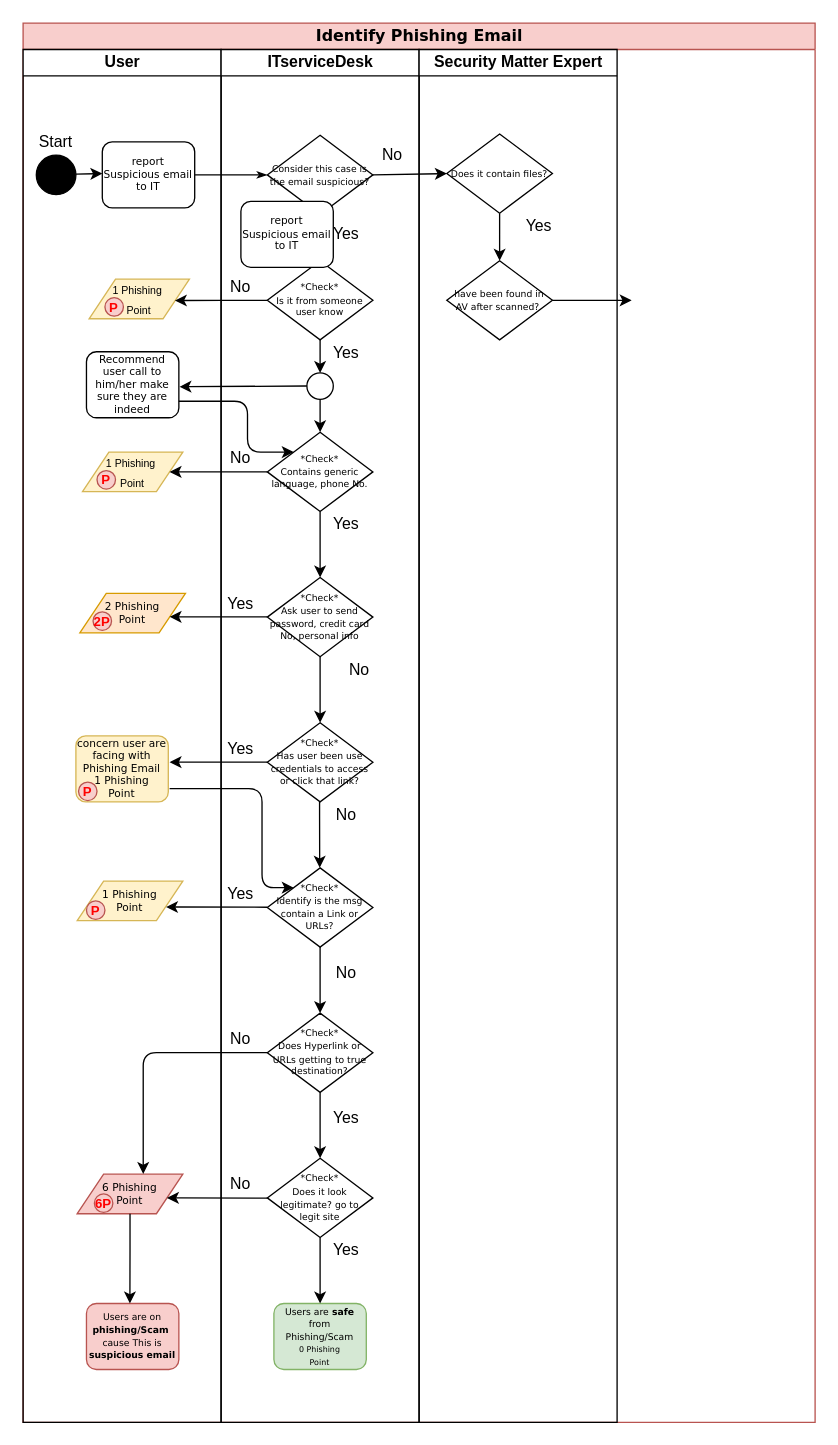
This is Untitled Diagram.drawio from psukasame/sukasamecloud, a draw.io file, before an edit. Source tidied: cells renumbered, new cells numbered last; positions are measured from the earlier drawing's top-left corner, leaving out a move shared by most shapes. Both pictures are drawn from the tidied source at 132%, with x=0, y=0 at pixel (22, 22).
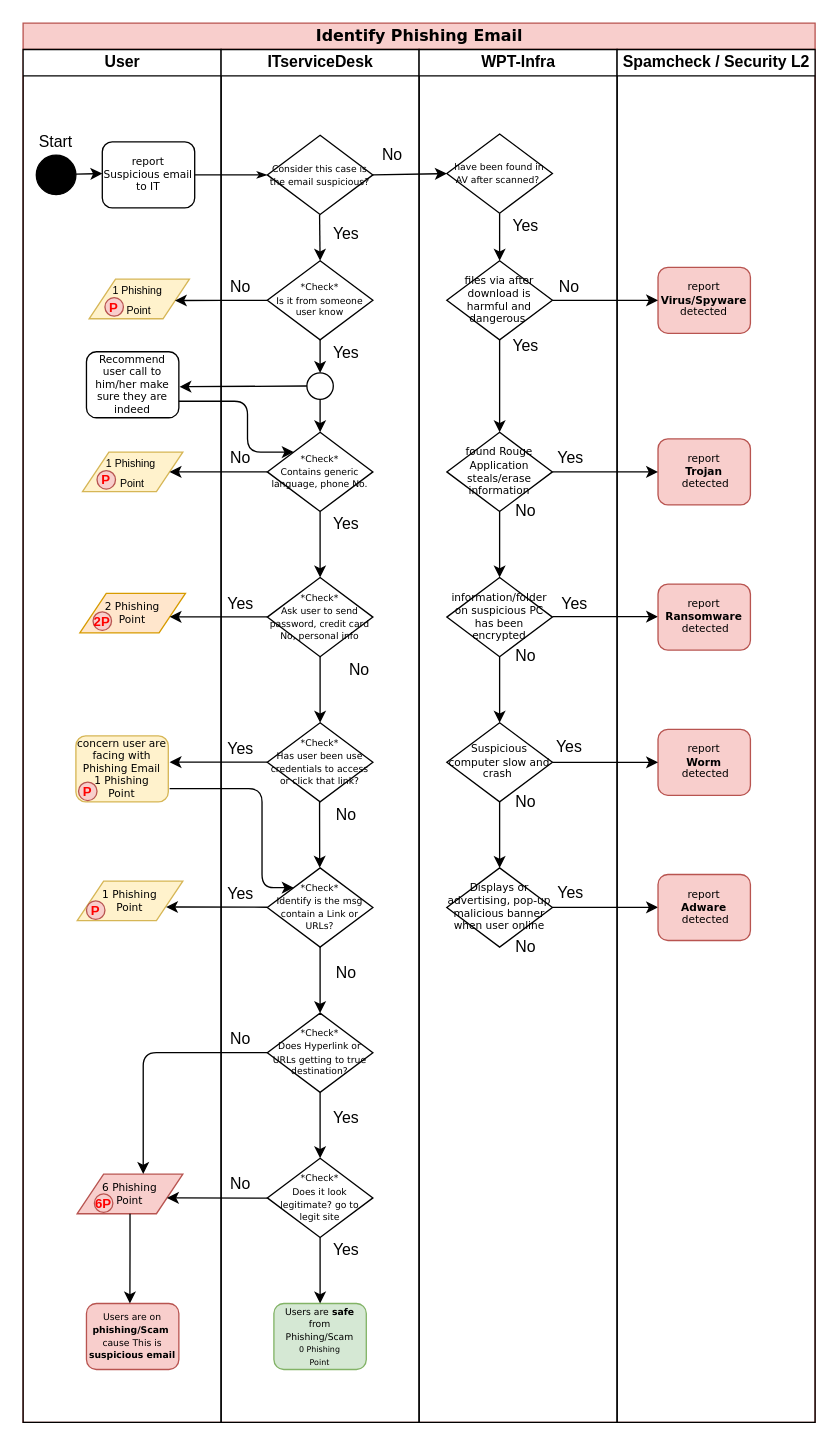
The same page after the edit.

Unchanged cells that the change refers to:
```xml
<mxCell id="2" value="&lt;font style=&quot;font-size: 12px&quot;&gt;Identify Phishing Email&lt;/font&gt;" style="swimlane;html=1;startSize=20;rounded=0;shadow=0;labelBackgroundColor=none;strokeWidth=1;fontFamily=Verdana;fontSize=8;align=center;fillColor=#f8cecc;strokeColor=#b85450;" parent="1" vertex="1">
  <mxGeometry width="600" height="1060" as="geometry" />
</mxCell>
<mxCell id="28" value="ITserviceDesk" style="swimlane;html=1;startSize=20;" parent="2" vertex="1">
  <mxGeometry x="150" y="20" width="150" height="1040" as="geometry" />
</mxCell>
<mxCell id="65" value="&lt;span style=&quot;font-size: 7px&quot;&gt;Consider this case is the email suspicious?&lt;/span&gt;" style="rhombus;whiteSpace=wrap;html=1;rounded=0;shadow=0;labelBackgroundColor=none;strokeWidth=1;fontFamily=Verdana;fontSize=8;align=center;" parent="28" vertex="1">
  <mxGeometry x="35" y="65" width="80" height="60" as="geometry" />
</mxCell>
```

What changed in the source:
```diff
@@
-    <mxCell id="69" value="report&lt;br&gt;Suspicious email&lt;br&gt;to IT" style="rounded=1;whiteSpace=wrap;html=1;shadow=0;labelBackgroundColor=none;strokeWidth=1;fontFamily=Verdana;fontSize=8;align=center;" parent="28" vertex="1">
-      <mxGeometry x="15" y="115" width="70" height="50" as="geometry" />
-    </mxCell>
@@
+    <mxCell id="76" style="endArrow=classic;html=1;exitX=1;exitY=0.5;exitDx=0;exitDy=0;" parent="2" edge="1" source="65">
+      <mxGeometry relative="1" as="geometry">
+        <mxPoint x="321" y="114" as="targetPoint" />
+      </mxGeometry>
+    </mxCell>
-    <mxCell id="71" value="Security Matter Expert" style="swimlane;html=1;startSize=20;" parent="2" vertex="1">
+    <mxCell id="71" value="WPT-Infra" style="swimlane;html=1;startSize=20;" parent="2" vertex="1">
       <mxGeometry x="300" y="20" width="150" height="1040" as="geometry" />
     </mxCell>
-    <mxCell id="72" value="&lt;span style=&quot;font-size: 7px&quot;&gt;Does it contain files?&lt;/span&gt;" style="rhombus;whiteSpace=wrap;html=1;rounded=0;shadow=0;labelBackgroundColor=none;strokeWidth=1;fontFamily=Verdana;fontSize=8;align=center;" parent="71" vertex="1">
+    <mxCell id="72" value="&lt;span style=&quot;font-size: 7px&quot;&gt;have been found in AV after scanned?&amp;nbsp;&lt;/span&gt;" style="rhombus;whiteSpace=wrap;html=1;rounded=0;shadow=0;labelBackgroundColor=none;strokeWidth=1;fontFamily=Verdana;fontSize=8;align=center;" parent="71" vertex="1">
       <mxGeometry x="21" y="64" width="80" height="60" as="geometry" />
     </mxCell>
     <mxCell id="73" value="Yes" style="text;html=1;strokeColor=none;fillColor=none;align=center;verticalAlign=middle;whiteSpace=wrap;rounded=0;" parent="71" vertex="1">
-      <mxGeometry x="71" y="124" width="40" height="20" as="geometry" />
+      <mxGeometry x="61" y="124" width="40" height="20" as="geometry" />
     </mxCell>
-    <mxCell id="74" value="&lt;span style=&quot;font-size: 7px&quot;&gt;have been found in AV after scanned?&amp;nbsp;&lt;/span&gt;" style="rhombus;whiteSpace=wrap;html=1;rounded=0;shadow=0;labelBackgroundColor=none;strokeWidth=1;fontFamily=Verdana;fontSize=8;align=center;" parent="71" vertex="1">
+    <mxCell id="74" value="files via after download is harmful and dangerous&amp;nbsp;" style="rhombus;whiteSpace=wrap;html=1;rounded=0;shadow=0;labelBackgroundColor=none;strokeWidth=1;fontFamily=Verdana;fontSize=8;align=center;" parent="71" vertex="1">
       <mxGeometry x="21" y="160" width="80" height="60" as="geometry" />
     </mxCell>
@@
-    <mxCell id="76" style="endArrow=classic;html=1;exitX=1;exitY=0.5;exitDx=0;exitDy=0;" parent="2" edge="1" source="65">
-      <mxGeometry relative="1" as="geometry">
-        <mxPoint x="321" y="114" as="targetPoint" />
-      </mxGeometry>
-    </mxCell>
+    <mxCell id="78" value="found Rouge Application steals/erase information" style="rhombus;whiteSpace=wrap;html=1;rounded=0;shadow=0;labelBackgroundColor=none;strokeWidth=1;fontFamily=Verdana;fontSize=8;align=center;" parent="71" vertex="1">
+      <mxGeometry x="21" y="290" width="80" height="60" as="geometry" />
+    </mxCell>
+    <mxCell id="79" style="edgeStyle=orthogonalEdgeStyle;rounded=0;jettySize=auto;html=1;" parent="71" edge="1" source="74" target="78">
+      <mxGeometry relative="1" as="geometry" />
+    </mxCell>
+    <mxCell id="80" value="information/folder on suspicious PC has been encrypted" style="rhombus;whiteSpace=wrap;html=1;rounded=0;shadow=0;labelBackgroundColor=none;strokeWidth=1;fontFamily=Verdana;fontSize=8;align=center;" parent="71" vertex="1">
+      <mxGeometry x="21" y="400" width="80" height="60" as="geometry" />
+    </mxCell>
+    <mxCell id="81" style="edgeStyle=orthogonalEdgeStyle;rounded=0;jettySize=auto;html=1;" parent="71" edge="1" source="78" target="80">
+      <mxGeometry relative="1" as="geometry" />
+    </mxCell>
+    <mxCell id="82" style="edgeStyle=orthogonalEdgeStyle;rounded=0;orthogonalLoop=1;jettySize=auto;html=1;" parent="71" edge="1">
+      <mxGeometry relative="1" as="geometry">
+        <mxPoint x="101" y="429.7" as="sourcePoint" />
+        <mxPoint x="181" y="429.7" as="targetPoint" />
+      </mxGeometry>
+    </mxCell>
+    <mxCell id="83" value="Yes" style="text;html=1;strokeColor=none;fillColor=none;align=center;verticalAlign=middle;whiteSpace=wrap;rounded=0;" parent="71" vertex="1">
+      <mxGeometry x="61" y="215" width="40" height="20" as="geometry" />
+    </mxCell>
+    <mxCell id="84" value="Yes" style="text;html=1;strokeColor=none;fillColor=none;align=center;verticalAlign=middle;whiteSpace=wrap;rounded=0;" parent="71" vertex="1">
+      <mxGeometry x="95" y="300" width="40" height="20" as="geometry" />
+    </mxCell>
+    <mxCell id="85" value="No" style="text;html=1;strokeColor=none;fillColor=none;align=center;verticalAlign=middle;whiteSpace=wrap;rounded=0;" parent="71" vertex="1">
+      <mxGeometry x="94" y="170" width="40" height="20" as="geometry" />
+    </mxCell>
+    <mxCell id="86" value="No" style="text;html=1;strokeColor=none;fillColor=none;align=center;verticalAlign=middle;whiteSpace=wrap;rounded=0;" parent="71" vertex="1">
+      <mxGeometry x="61" y="340" width="40" height="20" as="geometry" />
+    </mxCell>
+    <mxCell id="87" value="No" style="text;html=1;strokeColor=none;fillColor=none;align=center;verticalAlign=middle;whiteSpace=wrap;rounded=0;" parent="71" vertex="1">
+      <mxGeometry x="61" y="450" width="40" height="20" as="geometry" />
+    </mxCell>
+    <mxCell id="88" value="Yes" style="text;html=1;strokeColor=none;fillColor=none;align=center;verticalAlign=middle;whiteSpace=wrap;rounded=0;" parent="71" vertex="1">
+      <mxGeometry x="98" y="410" width="40" height="20" as="geometry" />
+    </mxCell>
+    <mxCell id="89" value="Suspicious computer slow and crash&amp;nbsp;" style="rhombus;whiteSpace=wrap;html=1;rounded=0;shadow=0;labelBackgroundColor=none;strokeWidth=1;fontFamily=Verdana;fontSize=8;align=center;" parent="71" vertex="1">
+      <mxGeometry x="21" y="510" width="80" height="60" as="geometry" />
+    </mxCell>
+    <mxCell id="90" style="edgeStyle=orthogonalEdgeStyle;rounded=0;jettySize=auto;html=1;" parent="71" edge="1" source="80" target="89">
+      <mxGeometry relative="1" as="geometry" />
+    </mxCell>
+    <mxCell id="91" value="Yes" style="text;html=1;strokeColor=none;fillColor=none;align=center;verticalAlign=middle;whiteSpace=wrap;rounded=0;" parent="71" vertex="1">
+      <mxGeometry x="94" y="519" width="40" height="20" as="geometry" />
+    </mxCell>
+    <mxCell id="92" value="Displays or advertising, pop-up malicious banner when user online" style="rhombus;whiteSpace=wrap;html=1;rounded=0;shadow=0;labelBackgroundColor=none;strokeWidth=1;fontFamily=Verdana;fontSize=8;align=center;" parent="71" vertex="1">
+      <mxGeometry x="21" y="620" width="80" height="60" as="geometry" />
+    </mxCell>
+    <mxCell id="93" style="edgeStyle=orthogonalEdgeStyle;rounded=0;jettySize=auto;html=1;" parent="71" edge="1" source="89" target="92">
+      <mxGeometry relative="1" as="geometry" />
+    </mxCell>
+    <mxCell id="94" style="edgeStyle=orthogonalEdgeStyle;rounded=0;orthogonalLoop=1;jettySize=auto;html=1;entryX=0;entryY=0.5;entryDx=0;entryDy=0;" parent="71" edge="1">
+      <mxGeometry relative="1" as="geometry">
+        <mxPoint x="101" y="649.9" as="sourcePoint" />
+        <mxPoint x="181" y="649.9" as="targetPoint" />
+      </mxGeometry>
+    </mxCell>
+    <mxCell id="95" value="Yes" style="text;html=1;strokeColor=none;fillColor=none;align=center;verticalAlign=middle;whiteSpace=wrap;rounded=0;" parent="71" vertex="1">
+      <mxGeometry x="95" y="629" width="40" height="20" as="geometry" />
+    </mxCell>
+    <mxCell id="96" value="No" style="text;html=1;strokeColor=none;fillColor=none;align=center;verticalAlign=middle;whiteSpace=wrap;rounded=0;" parent="71" vertex="1">
+      <mxGeometry x="61" y="560" width="40" height="20" as="geometry" />
+    </mxCell>
+    <mxCell id="97" value="No" style="text;html=1;strokeColor=none;fillColor=none;align=center;verticalAlign=middle;whiteSpace=wrap;rounded=0;" parent="71" vertex="1">
+      <mxGeometry x="61" y="670" width="40" height="20" as="geometry" />
+    </mxCell>
+    <mxCell id="98" value="Spamcheck / Security L2" style="swimlane;html=1;startSize=20;" parent="2" vertex="1">
+      <mxGeometry x="450" y="20" width="150" height="1040" as="geometry" />
+    </mxCell>
+    <mxCell id="99" value="report &lt;b&gt;Virus/Spyware&lt;/b&gt; detected" style="rounded=1;whiteSpace=wrap;html=1;shadow=0;labelBackgroundColor=none;strokeWidth=1;fontFamily=Verdana;fontSize=8;align=center;fillColor=#f8cecc;strokeColor=#b85450;" parent="98" vertex="1">
+      <mxGeometry x="31" y="165" width="70" height="50" as="geometry" />
+    </mxCell>
+    <mxCell id="100" value="report &lt;br&gt;&lt;b&gt;Trojan&lt;br&gt;&lt;/b&gt;&amp;nbsp;detected" style="rounded=1;whiteSpace=wrap;html=1;shadow=0;labelBackgroundColor=none;strokeWidth=1;fontFamily=Verdana;fontSize=8;align=center;fillColor=#f8cecc;strokeColor=#b85450;" parent="98" vertex="1">
+      <mxGeometry x="31" y="295" width="70" height="50" as="geometry" />
+    </mxCell>
+    <mxCell id="101" value="report &lt;br&gt;&lt;b&gt;Ransomware&lt;br&gt;&lt;/b&gt;&amp;nbsp;detected" style="rounded=1;whiteSpace=wrap;html=1;shadow=0;labelBackgroundColor=none;strokeWidth=1;fontFamily=Verdana;fontSize=8;align=center;fillColor=#f8cecc;strokeColor=#b85450;" parent="98" vertex="1">
+      <mxGeometry x="31" y="405" width="70" height="50" as="geometry" />
+    </mxCell>
+    <mxCell id="102" value="report &lt;br&gt;&lt;b&gt;Worm&lt;br&gt;&lt;/b&gt;&amp;nbsp;detected" style="rounded=1;whiteSpace=wrap;html=1;shadow=0;labelBackgroundColor=none;strokeWidth=1;fontFamily=Verdana;fontSize=8;align=center;fillColor=#f8cecc;strokeColor=#b85450;" parent="98" vertex="1">
+      <mxGeometry x="31" y="515" width="70" height="50" as="geometry" />
+    </mxCell>
+    <mxCell id="103" value="report &lt;br&gt;&lt;b&gt;Adware&lt;br&gt;&lt;/b&gt;&amp;nbsp;detected" style="rounded=1;whiteSpace=wrap;html=1;shadow=0;labelBackgroundColor=none;strokeWidth=1;fontFamily=Verdana;fontSize=8;align=center;fillColor=#f8cecc;strokeColor=#b85450;" parent="98" vertex="1">
+      <mxGeometry x="31" y="625" width="70" height="50" as="geometry" />
+    </mxCell>
+    <mxCell id="104" style="edgeStyle=orthogonalEdgeStyle;rounded=0;jettySize=auto;html=1;" parent="2" edge="1" source="78">
+      <mxGeometry relative="1" as="geometry">
+        <mxPoint x="481" y="340" as="targetPoint" />
+      </mxGeometry>
+    </mxCell>
+    <mxCell id="105" style="edgeStyle=orthogonalEdgeStyle;rounded=0;jettySize=auto;html=1;entryX=0;entryY=0.5;entryDx=0;entryDy=0;" parent="2" edge="1" source="89" target="102">
+      <mxGeometry relative="1" as="geometry" />
+    </mxCell>
     <mxCell id="77" style="edgeStyle=orthogonalEdgeStyle;rounded=0;jettySize=auto;html=1;" parent="1" edge="1" source="74">
       <mxGeometry relative="1" as="geometry">
-        <mxPoint x="461" y="210" as="targetPoint" />
+        <mxPoint x="481" y="210" as="targetPoint" />
       </mxGeometry>
     </mxCell>
```
